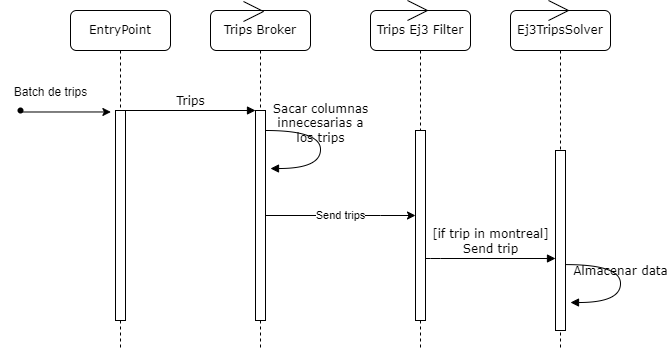
The draw.io diagram Diagramas/Diagrama_de_Secuencia_1.drawio.png in joaquinhojman/DistribuidosI-TP1, before a commit. Source tidied: cells renumbered, new cells last; positions are measured from the earlier drawing's top-left corner, leaving out a move shared by most shapes. Its diagram source:
```xml
<mxGraphModel>
  <root>
    <mxCell id="0" />
    <mxCell id="1" parent="0" />
    <mxCell id="2" value="Trips Broker" style="shape=umlLifeline;perimeter=lifelinePerimeter;whiteSpace=wrap;html=1;rounded=1;shadow=0;comic=0;labelBackgroundColor=none;strokeWidth=1;fontFamily=Verdana;fontSize=12;align=center;" parent="1" vertex="1">
      <mxGeometry x="210" y="10" width="100" height="340" as="geometry" />
    </mxCell>
    <mxCell id="3" style="html=1;points=[];perimeter=orthogonalPerimeter;rounded=0;shadow=0;comic=0;labelBackgroundColor=none;strokeWidth=1;fontFamily=Verdana;fontSize=12;align=center;" parent="2" vertex="1">
      <mxGeometry x="45" y="100" width="10" height="210" as="geometry" />
    </mxCell>
    <mxCell id="4" value="Sacar columnas&lt;br&gt;innecesarias a&lt;br&gt;los trips" style="html=1;verticalAlign=bottom;endArrow=block;labelBackgroundColor=none;fontFamily=Verdana;fontSize=12;elbow=vertical;edgeStyle=orthogonalEdgeStyle;curved=1;entryX=1;entryY=0.286;entryPerimeter=0;exitX=1.038;exitY=0.345;exitPerimeter=0;" parent="2" edge="1">
      <mxGeometry relative="1" as="geometry">
        <mxPoint x="55" y="120" as="sourcePoint" />
        <mxPoint x="60" y="158" as="targetPoint" />
        <Array as="points">
          <mxPoint x="110" y="120" />
          <mxPoint x="110" y="158" />
        </Array>
      </mxGeometry>
    </mxCell>
    <mxCell id="5" value="Trips Ej3 Filter" style="shape=umlLifeline;perimeter=lifelinePerimeter;whiteSpace=wrap;html=1;rounded=1;shadow=0;comic=0;labelBackgroundColor=none;strokeWidth=1;fontFamily=Verdana;fontSize=12;align=center;" parent="1" vertex="1">
      <mxGeometry x="370" y="10" width="100" height="340" as="geometry" />
    </mxCell>
    <mxCell id="6" style="html=1;points=[];perimeter=orthogonalPerimeter;rounded=0;shadow=0;comic=0;labelBackgroundColor=none;strokeWidth=1;fontFamily=Verdana;fontSize=12;align=center;" parent="5" vertex="1">
      <mxGeometry x="45" y="120" width="10" height="190" as="geometry" />
    </mxCell>
    <mxCell id="7" value="Ej3TripsSolver" style="shape=umlLifeline;perimeter=lifelinePerimeter;whiteSpace=wrap;html=1;rounded=1;shadow=0;comic=0;labelBackgroundColor=none;strokeWidth=1;fontFamily=Verdana;fontSize=12;align=center;" parent="1" vertex="1">
      <mxGeometry x="510" y="10" width="100" height="340" as="geometry" />
    </mxCell>
    <mxCell id="8" value="EntryPoint" style="shape=umlLifeline;perimeter=lifelinePerimeter;whiteSpace=wrap;html=1;rounded=1;shadow=0;comic=0;labelBackgroundColor=none;strokeWidth=1;fontFamily=Verdana;fontSize=12;align=center;" parent="1" vertex="1">
      <mxGeometry x="70" y="10" width="100" height="340" as="geometry" />
    </mxCell>
    <mxCell id="9" style="html=1;points=[];perimeter=orthogonalPerimeter;rounded=0;shadow=0;comic=0;labelBackgroundColor=none;strokeWidth=1;fontFamily=Verdana;fontSize=12;align=center;" parent="8" vertex="1">
      <mxGeometry x="45" y="100" width="10" height="210" as="geometry" />
    </mxCell>
    <mxCell id="10" style="html=1;perimeter=orthogonalPerimeter;rounded=0;shadow=0;comic=0;labelBackgroundColor=none;strokeWidth=1;fontFamily=Verdana;fontSize=12;align=center;" parent="1" vertex="1">
      <mxGeometry x="555" y="150" width="10" height="180" as="geometry" />
    </mxCell>
    <mxCell id="11" value="[if trip in montreal]&lt;br&gt;Send trip" style="html=1;verticalAlign=bottom;endArrow=block;labelBackgroundColor=none;fontFamily=Verdana;fontSize=12;edgeStyle=elbowEdgeStyle;elbow=vertical;" parent="1" edge="1">
      <mxGeometry relative="1" as="geometry">
        <mxPoint x="425" y="258" as="sourcePoint" />
        <mxPoint x="555" y="258" as="targetPoint" />
        <Array as="points">
          <mxPoint x="430" y="258" />
        </Array>
      </mxGeometry>
    </mxCell>
    <mxCell id="12" value="Trips" style="html=1;verticalAlign=bottom;endArrow=block;entryX=0;entryY=0;labelBackgroundColor=none;fontFamily=Verdana;fontSize=12;edgeStyle=elbowEdgeStyle;elbow=vertical;" parent="1" edge="1" source="9" target="3">
      <mxGeometry relative="1" as="geometry" />
    </mxCell>
    <mxCell id="13" value="Almacenar data" style="html=1;verticalAlign=bottom;endArrow=block;labelBackgroundColor=none;fontFamily=Verdana;fontSize=12;elbow=vertical;edgeStyle=orthogonalEdgeStyle;curved=1;entryX=1;entryY=0.286;entryPerimeter=0;exitX=1.038;exitY=0.345;exitPerimeter=0;" parent="1" edge="1">
      <mxGeometry relative="1" as="geometry">
        <mxPoint x="565.4" y="264.1" as="sourcePoint" />
        <mxPoint x="570" y="302" as="targetPoint" />
        <Array as="points">
          <mxPoint x="620" y="264" />
          <mxPoint x="620" y="302" />
        </Array>
      </mxGeometry>
    </mxCell>
    <mxCell id="14" style="edgeStyle=orthogonalEdgeStyle;rounded=0;jettySize=auto;html=1;entryX=-0.46;entryY=0.007;entryDx=0;entryDy=0;entryPerimeter=0;" parent="1" edge="1" source="15" target="9">
      <mxGeometry relative="1" as="geometry">
        <Array as="points">
          <mxPoint x="20" y="111" />
        </Array>
      </mxGeometry>
    </mxCell>
    <mxCell id="15" style="shape=waypoint;sketch=0;fillStyle=solid;size=6;points=[];fillColor=none;perimeter=centerPerimeter;snapToPoint=1;" parent="1" vertex="1">
      <mxGeometry x="10" y="100" width="20" height="20" as="geometry" />
    </mxCell>
    <mxCell id="16" value="Batch de trips" style="text;html=1;align=center;verticalAlign=middle;strokeColor=none;fillColor=none;" parent="1" vertex="1">
      <mxGeometry y="77" width="100" height="30" as="geometry" />
    </mxCell>
    <mxCell id="17" value="Send trips" style="edgeStyle=orthogonalEdgeStyle;rounded=0;jettySize=auto;html=1;" parent="1" edge="1" source="3" target="6">
      <mxGeometry relative="1" as="geometry">
        <Array as="points">
          <mxPoint x="380" y="215" />
          <mxPoint x="380" y="215" />
        </Array>
      </mxGeometry>
    </mxCell>
    <mxCell id="18" style="endArrow=none;html=1;rounded=0;" parent="1" edge="1">
      <mxGeometry relative="1" as="geometry">
        <mxPoint x="243" y="1" as="sourcePoint" />
        <mxPoint x="263" y="11" as="targetPoint" />
      </mxGeometry>
    </mxCell>
    <mxCell id="19" style="endArrow=none;html=1;rounded=0;" parent="1" edge="1">
      <mxGeometry relative="1" as="geometry">
        <mxPoint x="243" y="21" as="sourcePoint" />
        <mxPoint x="263" y="11" as="targetPoint" />
      </mxGeometry>
    </mxCell>
    <mxCell id="20" style="endArrow=none;html=1;rounded=0;" parent="1" edge="1">
      <mxGeometry relative="1" as="geometry">
        <mxPoint x="407" as="sourcePoint" />
        <mxPoint x="427" y="10" as="targetPoint" />
      </mxGeometry>
    </mxCell>
    <mxCell id="21" style="endArrow=none;html=1;rounded=0;" parent="1" edge="1">
      <mxGeometry relative="1" as="geometry">
        <mxPoint x="407" y="20" as="sourcePoint" />
        <mxPoint x="427" y="10" as="targetPoint" />
      </mxGeometry>
    </mxCell>
    <mxCell id="22" style="endArrow=none;html=1;rounded=0;" parent="1" edge="1">
      <mxGeometry relative="1" as="geometry">
        <mxPoint x="548" as="sourcePoint" />
        <mxPoint x="568" y="10" as="targetPoint" />
      </mxGeometry>
    </mxCell>
    <mxCell id="23" style="endArrow=none;html=1;rounded=0;" parent="1" edge="1">
      <mxGeometry relative="1" as="geometry">
        <mxPoint x="548" y="20" as="sourcePoint" />
        <mxPoint x="568" y="10" as="targetPoint" />
      </mxGeometry>
    </mxCell>
  </root>
</mxGraphModel>
```
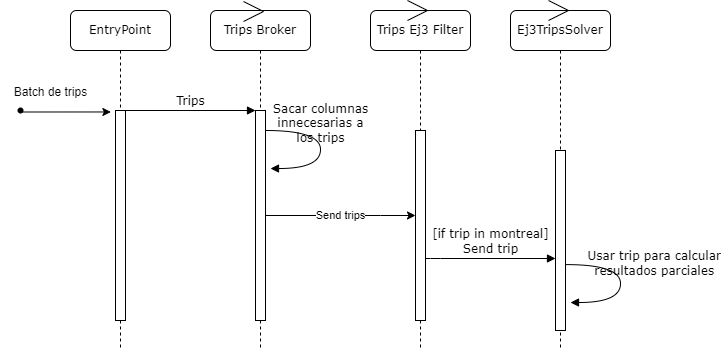
After the change.

Commit message:
fix typo en diagrama de secuencia

What changed in the source:
```diff
@@ -48,7 +48,7 @@
     <mxCell id="12" value="Trips" style="html=1;verticalAlign=bottom;endArrow=block;entryX=0;entryY=0;labelBackgroundColor=none;fontFamily=Verdana;fontSize=12;edgeStyle=elbowEdgeStyle;elbow=vertical;" parent="1" edge="1" source="9" target="3">
       <mxGeometry relative="1" as="geometry" />
     </mxCell>
-    <mxCell id="13" value="Almacenar data" style="html=1;verticalAlign=bottom;endArrow=block;labelBackgroundColor=none;fontFamily=Verdana;fontSize=12;elbow=vertical;edgeStyle=orthogonalEdgeStyle;curved=1;entryX=1;entryY=0.286;entryPerimeter=0;exitX=1.038;exitY=0.345;exitPerimeter=0;" parent="1" edge="1">
+    <mxCell id="13" value="&lt;span style=&quot;white-space: pre;&quot;&gt; &lt;/span&gt;&lt;span style=&quot;white-space: pre;&quot;&gt; &lt;/span&gt;Usar trip para calcular&lt;br&gt;&lt;span style=&quot;white-space: pre;&quot;&gt; &lt;/span&gt;&lt;span style=&quot;white-space: pre;&quot;&gt; &lt;/span&gt;resultados parciales" style="html=1;verticalAlign=bottom;endArrow=block;labelBackgroundColor=none;fontFamily=Verdana;fontSize=12;elbow=vertical;edgeStyle=orthogonalEdgeStyle;curved=1;entryX=1;entryY=0.286;entryPerimeter=0;exitX=1.038;exitY=0.345;exitPerimeter=0;" parent="1" edge="1">
       <mxGeometry relative="1" as="geometry">
         <mxPoint x="565.4" y="264.1" as="sourcePoint" />
         <mxPoint x="570" y="302" as="targetPoint" />
```
